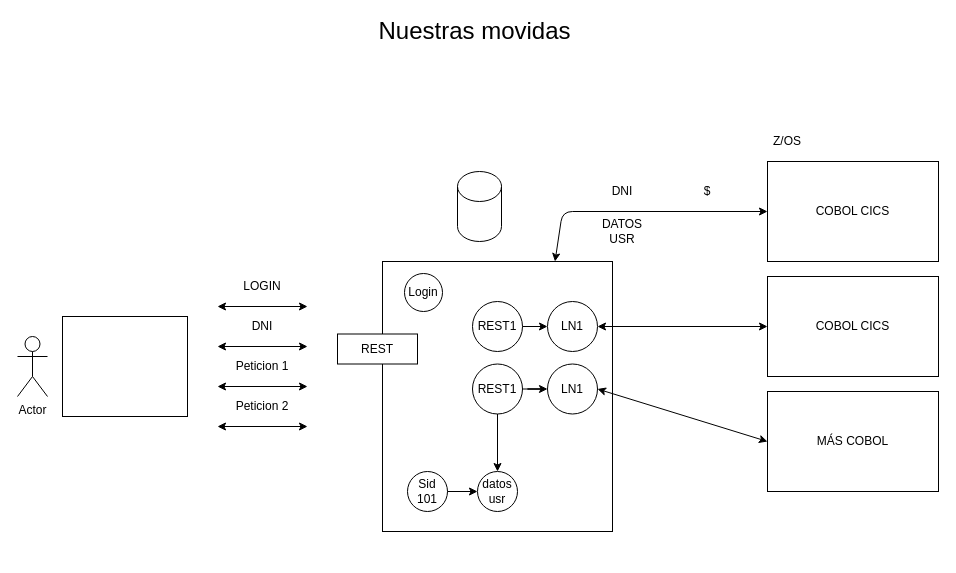
Earlier version of the draw.io diagram page "Página-2" (2 of 19) of dibujos.drawio (lrag/seguridad_java). Source tidied: cells renumbered, new cells numbered last; positions are measured from the earlier drawing's top-left corner, leaving out a move shared by most shapes. Both pictures are drawn from the tidied source at 100%, with x=0, y=0 at pixel (17, 21).
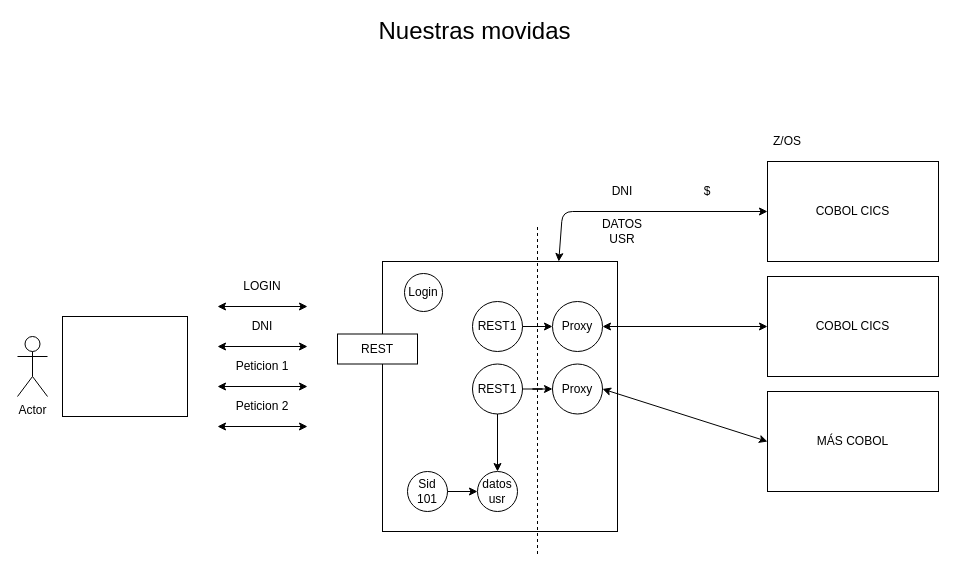
After the change.

Diff of the diagram source:
```diff
@@
     <mxCell id="4" style="rounded=0;whiteSpace=wrap;html=1;fillColor=none;" parent="1" vertex="1">
-      <mxGeometry x="365" y="240" width="230" height="270" as="geometry" />
+      <mxGeometry x="365" y="240" width="235" height="270" as="geometry" />
     </mxCell>
@@
-    <mxCell id="18" style="shape=cylinder3;whiteSpace=wrap;html=1;boundedLbl=1;backgroundOutline=1;size=15;fillColor=none;" parent="1" vertex="1">
-      <mxGeometry x="440" y="150" width="44" height="70" as="geometry" />
-    </mxCell>
@@
-    <mxCell id="26" value="LN1" style="ellipse;whiteSpace=wrap;html=1;fillColor=none;" parent="1" vertex="1">
-      <mxGeometry x="530" y="342.5" width="50" height="50" as="geometry" />
+    <mxCell id="26" value="Proxy" style="ellipse;whiteSpace=wrap;html=1;fillColor=none;" parent="1" vertex="1">
+      <mxGeometry x="535" y="342.5" width="50" height="50" as="geometry" />
     </mxCell>
@@
-    <mxCell id="29" value="LN1" style="ellipse;whiteSpace=wrap;html=1;fillColor=none;" parent="1" vertex="1">
-      <mxGeometry x="530" y="280" width="50" height="50" as="geometry" />
+    <mxCell id="29" value="Proxy" style="ellipse;whiteSpace=wrap;html=1;fillColor=none;" parent="1" vertex="1">
+      <mxGeometry x="535" y="280" width="50" height="50" as="geometry" />
     </mxCell>
@@
+    <mxCell id="37" style="endArrow=none;dashed=1;html=1;" parent="1" edge="1">
+      <mxGeometry relative="1" as="geometry">
+        <mxPoint x="520" y="532.5" as="sourcePoint" />
+        <mxPoint x="520" y="202.5" as="targetPoint" />
+      </mxGeometry>
+    </mxCell>
```
